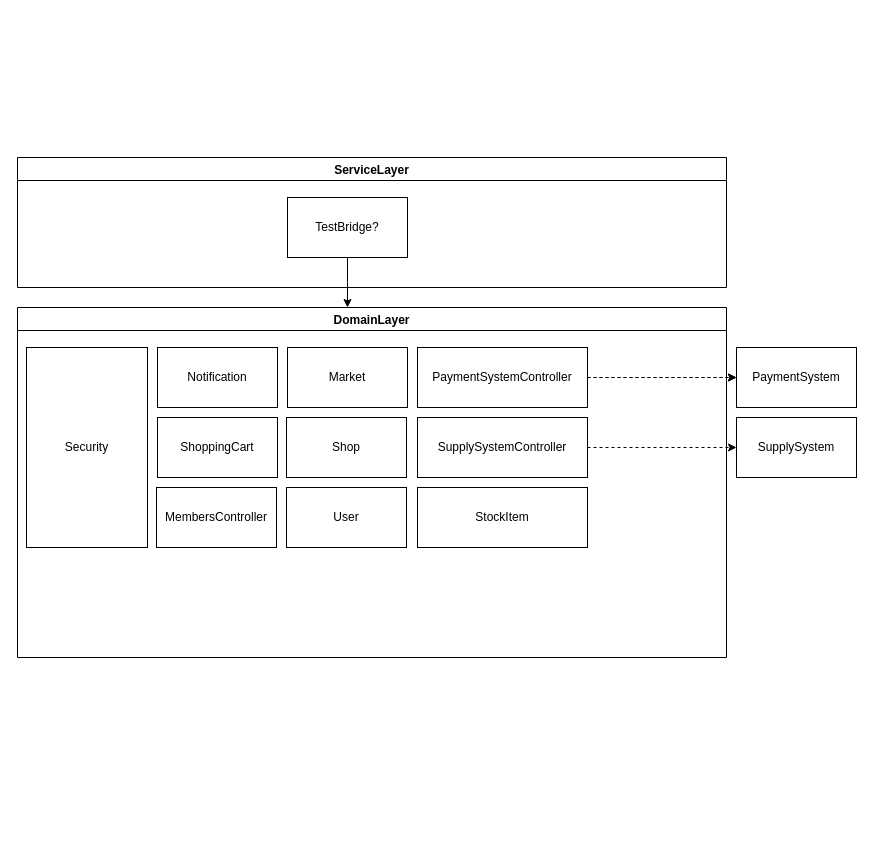
Earlier version of the draw.io diagram Docs/V0_Architecture.drawio (mikecprogram/workshop-special-potato-shuk). Source tidied: cells renumbered, new cells numbered last; positions are measured from the earlier drawing's top-left corner, leaving out a move shared by most shapes. Both pictures are drawn from the tidied source at 100%, with x=0, y=0 at pixel (17, 157).
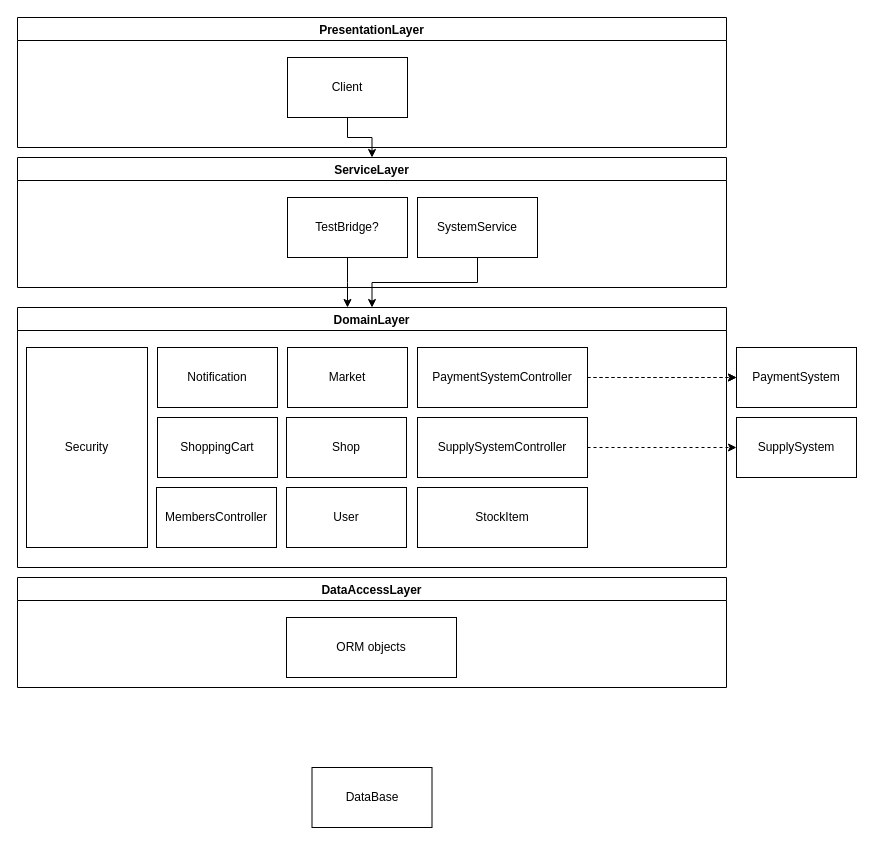
After the change.

Unchanged cells that the change refers to:
```xml
<mxCell id="17" value="ServiceLayer" style="swimlane;" parent="1" vertex="1">
  <mxGeometry width="709" height="130" as="geometry" />
</mxCell>
```

Diff of the diagram source:
```diff
@@
     <mxCell id="4" value="DomainLayer" style="swimlane;" parent="1" vertex="1">
-      <mxGeometry y="150" width="709" height="350" as="geometry" />
+      <mxGeometry y="150" width="709" height="260" as="geometry" />
     </mxCell>
@@
+    <mxCell id="22" value="SystemService" style="rounded=0;whiteSpace=wrap;html=1;" parent="17" vertex="1">
+      <mxGeometry x="400" y="40" width="120" height="60" as="geometry" />
+    </mxCell>
@@
+    <mxCell id="23" value="DataAccessLayer" style="swimlane;" parent="1" vertex="1">
+      <mxGeometry y="420" width="709" height="110" as="geometry" />
+    </mxCell>
+    <mxCell id="24" value="ORM objects" style="rounded=0;whiteSpace=wrap;html=1;" parent="23" vertex="1">
+      <mxGeometry x="269" y="40" width="170" height="60" as="geometry" />
+    </mxCell>
+    <mxCell id="25" style="edgeStyle=orthogonalEdgeStyle;rounded=0;jettySize=auto;html=1;" parent="1" edge="1" source="22" target="4">
+      <mxGeometry relative="1" as="geometry" />
+    </mxCell>
+    <mxCell id="26" value="PresentationLayer" style="swimlane;startSize=23;" parent="1" vertex="1">
+      <mxGeometry y="-140" width="709" height="130" as="geometry" />
+    </mxCell>
+    <mxCell id="27" value="Client" style="rounded=0;whiteSpace=wrap;html=1;" parent="26" vertex="1">
+      <mxGeometry x="270" y="40" width="120" height="60" as="geometry" />
+    </mxCell>
+    <mxCell id="28" value="&lt;span style=&quot;text-align: left&quot;&gt;DataBase&lt;/span&gt;" style="rounded=0;whiteSpace=wrap;html=1;" parent="1" vertex="1">
+      <mxGeometry x="294.5" y="610" width="120" height="60" as="geometry" />
+    </mxCell>
+    <mxCell id="29" style="edgeStyle=orthogonalEdgeStyle;rounded=0;jettySize=auto;html=1;" parent="1" edge="1" source="27" target="17">
+      <mxGeometry relative="1" as="geometry" />
+    </mxCell>
```
